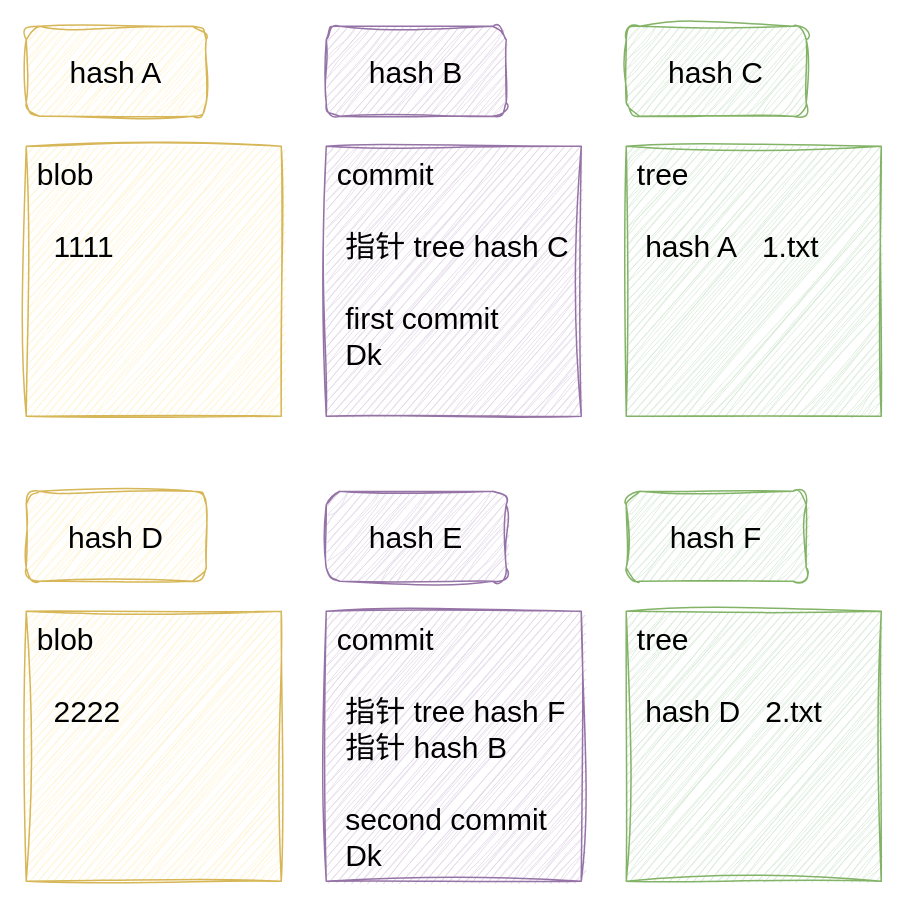
The draw.io diagram page "第 1 页" (1 of 2) of git.drawio in Darkindom/draw-the-diagrams, before the edit. Source tidied: cells renumbered, new cells numbered last; positions are measured from the earlier drawing's top-left corner, leaving out a move shared by most shapes. Both pictures are drawn from the tidied source at 150%, with x=0, y=0 at pixel (26, 26).
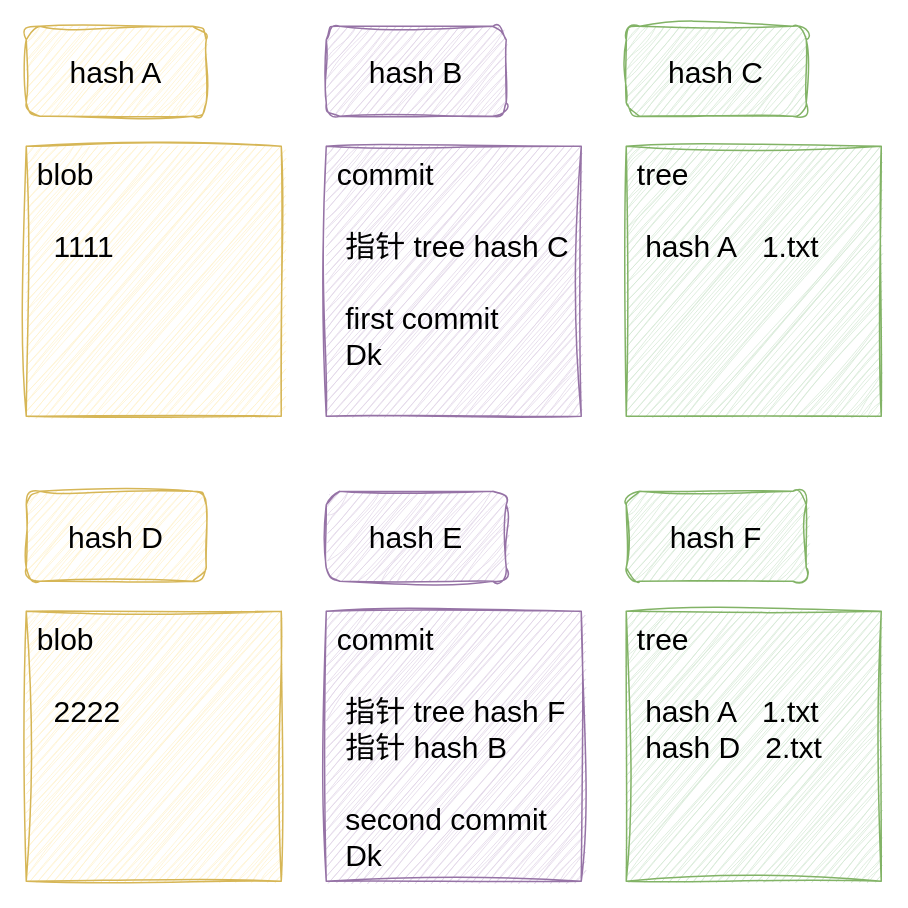
After the change.

Change to the diagram source:
```diff
@@
 <mxGraphModel>
   <root>
     <mxCell id="0" />
     <mxCell id="1" parent="0" />
     <mxCell id="2" value="hash C" style="rounded=1;whiteSpace=wrap;html=1;sketch=1;hachureGap=4;jiggle=2;curveFitting=1;fontFamily=手札体-简;fontSize=20;fillColor=#d5e8d4;strokeColor=#82b366;" parent="1" vertex="1">
       <mxGeometry x="400" width="120" height="60" as="geometry" />
     </mxCell>
     <mxCell id="3" value="hash B" style="rounded=1;whiteSpace=wrap;html=1;sketch=1;hachureGap=4;jiggle=2;curveFitting=1;fontFamily=手札体-简;fontSize=20;fillColor=#e1d5e7;strokeColor=#9673a6;" parent="1" vertex="1">
       <mxGeometry x="200" width="120" height="60" as="geometry" />
     </mxCell>
     <mxCell id="4" value="&lt;div style=&quot;&quot;&gt;&lt;br&gt;&lt;/div&gt;" style="rounded=0;whiteSpace=wrap;html=1;sketch=1;hachureGap=4;jiggle=2;curveFitting=1;fontFamily=手札体-简;fontSize=20;align=left;fillColor=#d5e8d4;strokeColor=#82b366;" parent="1" vertex="1">
       <mxGeometry x="400" y="80" width="170" height="180" as="geometry" />
     </mxCell>
     <mxCell id="5" value="&lt;div style=&quot;&quot;&gt;&lt;br&gt;&lt;/div&gt;" style="rounded=0;whiteSpace=wrap;html=1;sketch=1;hachureGap=4;jiggle=2;curveFitting=1;fontFamily=手札体-简;fontSize=20;align=left;fillColor=#e1d5e7;strokeColor=#9673a6;" parent="1" vertex="1">
       <mxGeometry x="200" y="80" width="170" height="180" as="geometry" />
     </mxCell>
     <mxCell id="6" value="hash A" style="rounded=1;whiteSpace=wrap;html=1;sketch=1;hachureGap=4;jiggle=2;curveFitting=1;fontFamily=手札体-简;fontSize=20;fillColor=#fff2cc;strokeColor=#d6b656;" parent="1" vertex="1">
       <mxGeometry width="120" height="60" as="geometry" />
     </mxCell>
     <mxCell id="7" value="&lt;div style=&quot;&quot;&gt;&lt;br&gt;&lt;/div&gt;" style="rounded=0;whiteSpace=wrap;html=1;sketch=1;hachureGap=4;jiggle=2;curveFitting=1;fontFamily=手札体-简;fontSize=20;align=left;fillColor=#fff2cc;strokeColor=#d6b656;" parent="1" vertex="1">
       <mxGeometry y="80" width="170" height="180" as="geometry" />
     </mxCell>
     <mxCell id="8" value="&lt;div style=&quot;border-color: var(--border-color); font-family: 手札体-简;&quot;&gt;&amp;nbsp;blob&lt;/div&gt;&lt;div style=&quot;border-color: var(--border-color); font-family: 手札体-简;&quot;&gt;&lt;span style=&quot;border-color: var(--border-color); background-color: initial;&quot;&gt;&lt;br style=&quot;border-color: var(--border-color);&quot;&gt;&lt;/span&gt;&lt;/div&gt;&lt;div style=&quot;border-color: var(--border-color); font-family: 手札体-简;&quot;&gt;&lt;span style=&quot;background-color: initial;&quot;&gt;&amp;nbsp; &amp;nbsp;1111&lt;/span&gt;&lt;br&gt;&lt;/div&gt;" style="text;html=1;strokeColor=none;fillColor=none;align=left;verticalAlign=top;whiteSpace=wrap;rounded=0;fontSize=20;fontFamily=Architects Daughter;" parent="1" vertex="1">
       <mxGeometry y="80" width="150" height="130" as="geometry" />
     </mxCell>
     <mxCell id="9" value="&lt;div style=&quot;border-color: var(--border-color); font-family: 手札体-简;&quot;&gt;&lt;div style=&quot;border-color: var(--border-color);&quot;&gt;&amp;nbsp;commit&lt;/div&gt;&lt;div style=&quot;border-color: var(--border-color);&quot;&gt;&lt;span style=&quot;border-color: var(--border-color); background-color: initial;&quot;&gt;&lt;br style=&quot;border-color: var(--border-color);&quot;&gt;&lt;/span&gt;&lt;/div&gt;&lt;div style=&quot;border-color: var(--border-color);&quot;&gt;&amp;nbsp; 指针 tree&amp;nbsp;hash C&lt;/div&gt;&lt;div style=&quot;border-color: var(--border-color);&quot;&gt;&lt;br&gt;&lt;/div&gt;&lt;div style=&quot;border-color: var(--border-color);&quot;&gt;&amp;nbsp; first commit&lt;/div&gt;&lt;div style=&quot;border-color: var(--border-color);&quot;&gt;&amp;nbsp; Dk&lt;/div&gt;&lt;/div&gt;" style="text;html=1;strokeColor=none;fillColor=none;align=left;verticalAlign=top;whiteSpace=wrap;rounded=0;fontSize=20;fontFamily=Architects Daughter;" parent="1" vertex="1">
       <mxGeometry x="200" y="80" width="170" height="160" as="geometry" />
     </mxCell>
     <mxCell id="10" value="&lt;div style=&quot;border-color: var(--border-color); font-family: 手札体-简;&quot;&gt;&lt;div style=&quot;border-color: var(--border-color);&quot;&gt;&lt;div style=&quot;border-color: var(--border-color);&quot;&gt;&amp;nbsp;tree&lt;/div&gt;&lt;div style=&quot;border-color: var(--border-color);&quot;&gt;&lt;span style=&quot;background-color: initial;&quot;&gt;&amp;nbsp;&lt;/span&gt;&lt;br&gt;&lt;/div&gt;&lt;div style=&quot;border-color: var(--border-color);&quot;&gt;&lt;span style=&quot;border-color: var(--border-color); background-color: initial;&quot;&gt;&amp;nbsp; hash A&amp;nbsp; &amp;nbsp;1.txt&lt;/span&gt;&lt;/div&gt;&lt;/div&gt;&lt;/div&gt;" style="text;html=1;strokeColor=none;fillColor=none;align=left;verticalAlign=top;whiteSpace=wrap;rounded=0;fontSize=20;fontFamily=Architects Daughter;" parent="1" vertex="1">
       <mxGeometry x="400" y="80" width="170" height="170" as="geometry" />
     </mxCell>
     <mxCell id="11" value="hash F" style="rounded=1;whiteSpace=wrap;html=1;sketch=1;hachureGap=4;jiggle=2;curveFitting=1;fontFamily=手札体-简;fontSize=20;fillColor=#d5e8d4;strokeColor=#82b366;" parent="1" vertex="1">
       <mxGeometry x="400" y="310" width="120" height="60" as="geometry" />
     </mxCell>
     <mxCell id="12" value="hash E" style="rounded=1;whiteSpace=wrap;html=1;sketch=1;hachureGap=4;jiggle=2;curveFitting=1;fontFamily=手札体-简;fontSize=20;fillColor=#e1d5e7;strokeColor=#9673a6;" parent="1" vertex="1">
       <mxGeometry x="200" y="310" width="120" height="60" as="geometry" />
     </mxCell>
     <mxCell id="13" value="&lt;div style=&quot;&quot;&gt;&lt;br&gt;&lt;/div&gt;" style="rounded=0;whiteSpace=wrap;html=1;sketch=1;hachureGap=4;jiggle=2;curveFitting=1;fontFamily=手札体-简;fontSize=20;align=left;fillColor=#d5e8d4;strokeColor=#82b366;" parent="1" vertex="1">
       <mxGeometry x="400" y="390" width="170" height="180" as="geometry" />
     </mxCell>
     <mxCell id="14" value="&lt;div style=&quot;&quot;&gt;&lt;br&gt;&lt;/div&gt;" style="rounded=0;whiteSpace=wrap;html=1;sketch=1;hachureGap=4;jiggle=2;curveFitting=1;fontFamily=手札体-简;fontSize=20;align=left;fillColor=#e1d5e7;strokeColor=#9673a6;" parent="1" vertex="1">
       <mxGeometry x="200" y="390" width="170" height="180" as="geometry" />
     </mxCell>
     <mxCell id="15" value="hash D" style="rounded=1;whiteSpace=wrap;html=1;sketch=1;hachureGap=4;jiggle=2;curveFitting=1;fontFamily=手札体-简;fontSize=20;fillColor=#fff2cc;strokeColor=#d6b656;" parent="1" vertex="1">
       <mxGeometry y="310" width="120" height="60" as="geometry" />
     </mxCell>
     <mxCell id="16" value="&lt;div style=&quot;&quot;&gt;&lt;br&gt;&lt;/div&gt;" style="rounded=0;whiteSpace=wrap;html=1;sketch=1;hachureGap=4;jiggle=2;curveFitting=1;fontFamily=手札体-简;fontSize=20;align=left;fillColor=#fff2cc;strokeColor=#d6b656;" parent="1" vertex="1">
       <mxGeometry y="390" width="170" height="180" as="geometry" />
     </mxCell>
     <mxCell id="17" value="&lt;div style=&quot;border-color: var(--border-color); font-family: 手札体-简;&quot;&gt;&amp;nbsp;blob&lt;/div&gt;&lt;div style=&quot;border-color: var(--border-color); font-family: 手札体-简;&quot;&gt;&lt;span style=&quot;border-color: var(--border-color); background-color: initial;&quot;&gt;&lt;br style=&quot;border-color: var(--border-color);&quot;&gt;&lt;/span&gt;&lt;/div&gt;&lt;div style=&quot;border-color: var(--border-color); font-family: 手札体-简;&quot;&gt;&lt;span style=&quot;background-color: initial;&quot;&gt;&amp;nbsp; &amp;nbsp;2222&lt;/span&gt;&lt;br&gt;&lt;/div&gt;" style="text;html=1;strokeColor=none;fillColor=none;align=left;verticalAlign=top;whiteSpace=wrap;rounded=0;fontSize=20;fontFamily=Architects Daughter;" parent="1" vertex="1">
       <mxGeometry y="390" width="150" height="130" as="geometry" />
     </mxCell>
     <mxCell id="18" value="&lt;div style=&quot;border-color: var(--border-color); font-family: 手札体-简;&quot;&gt;&lt;div style=&quot;border-color: var(--border-color);&quot;&gt;&amp;nbsp;commit&lt;/div&gt;&lt;div style=&quot;border-color: var(--border-color);&quot;&gt;&lt;span style=&quot;border-color: var(--border-color); background-color: initial;&quot;&gt;&lt;br style=&quot;border-color: var(--border-color);&quot;&gt;&lt;/span&gt;&lt;/div&gt;&lt;div style=&quot;border-color: var(--border-color);&quot;&gt;&amp;nbsp; 指针 tree&amp;nbsp;hash F&lt;/div&gt;&lt;div style=&quot;border-color: var(--border-color);&quot;&gt;&amp;nbsp; 指针 hash B&lt;/div&gt;&lt;div style=&quot;border-color: var(--border-color);&quot;&gt;&lt;br&gt;&lt;/div&gt;&lt;div style=&quot;border-color: var(--border-color);&quot;&gt;&amp;nbsp; second commit&lt;/div&gt;&lt;div style=&quot;border-color: var(--border-color);&quot;&gt;&amp;nbsp; Dk&lt;/div&gt;&lt;/div&gt;" style="text;html=1;strokeColor=none;fillColor=none;align=left;verticalAlign=top;whiteSpace=wrap;rounded=0;fontSize=20;fontFamily=Architects Daughter;" parent="1" vertex="1">
       <mxGeometry x="200" y="390" width="170" height="160" as="geometry" />
     </mxCell>
-    <mxCell id="19" value="&lt;div style=&quot;border-color: var(--border-color); font-family: 手札体-简;&quot;&gt;&lt;div style=&quot;border-color: var(--border-color);&quot;&gt;&lt;div style=&quot;border-color: var(--border-color);&quot;&gt;&amp;nbsp;tree&lt;/div&gt;&lt;div style=&quot;border-color: var(--border-color);&quot;&gt;&lt;span style=&quot;background-color: initial;&quot;&gt;&amp;nbsp;&lt;/span&gt;&lt;br&gt;&lt;/div&gt;&lt;div style=&quot;border-color: var(--border-color);&quot;&gt;&lt;span style=&quot;border-color: var(--border-color); background-color: initial;&quot;&gt;&amp;nbsp; hash D&amp;nbsp; &amp;nbsp;2.txt&lt;/span&gt;&lt;/div&gt;&lt;/div&gt;&lt;/div&gt;" style="text;html=1;strokeColor=none;fillColor=none;align=left;verticalAlign=top;whiteSpace=wrap;rounded=0;fontSize=20;fontFamily=Architects Daughter;" parent="1" vertex="1">
+    <mxCell id="19" value="&lt;div style=&quot;border-color: var(--border-color); font-family: 手札体-简;&quot;&gt;&lt;div style=&quot;border-color: var(--border-color);&quot;&gt;&lt;div style=&quot;border-color: var(--border-color);&quot;&gt;&amp;nbsp;tree&lt;/div&gt;&lt;div style=&quot;border-color: var(--border-color);&quot;&gt;&lt;span style=&quot;background-color: initial;&quot;&gt;&amp;nbsp;&lt;/span&gt;&lt;br&gt;&lt;/div&gt;&lt;div style=&quot;border-color: var(--border-color);&quot;&gt;&lt;span style=&quot;border-color: var(--border-color); background-color: initial;&quot;&gt;&amp;nbsp; hash A&amp;nbsp; &amp;nbsp;1.txt&lt;/span&gt;&lt;/div&gt;&lt;div style=&quot;border-color: var(--border-color);&quot;&gt;&lt;span style=&quot;border-color: var(--border-color); background-color: initial;&quot;&gt;&amp;nbsp; hash D&amp;nbsp; &amp;nbsp;2.txt&lt;/span&gt;&lt;/div&gt;&lt;/div&gt;&lt;/div&gt;" style="text;html=1;strokeColor=none;fillColor=none;align=left;verticalAlign=top;whiteSpace=wrap;rounded=0;fontSize=20;fontFamily=Architects Daughter;" parent="1" vertex="1">
       <mxGeometry x="400" y="390" width="170" height="170" as="geometry" />
     </mxCell>
   </root>
 </mxGraphModel>
```
